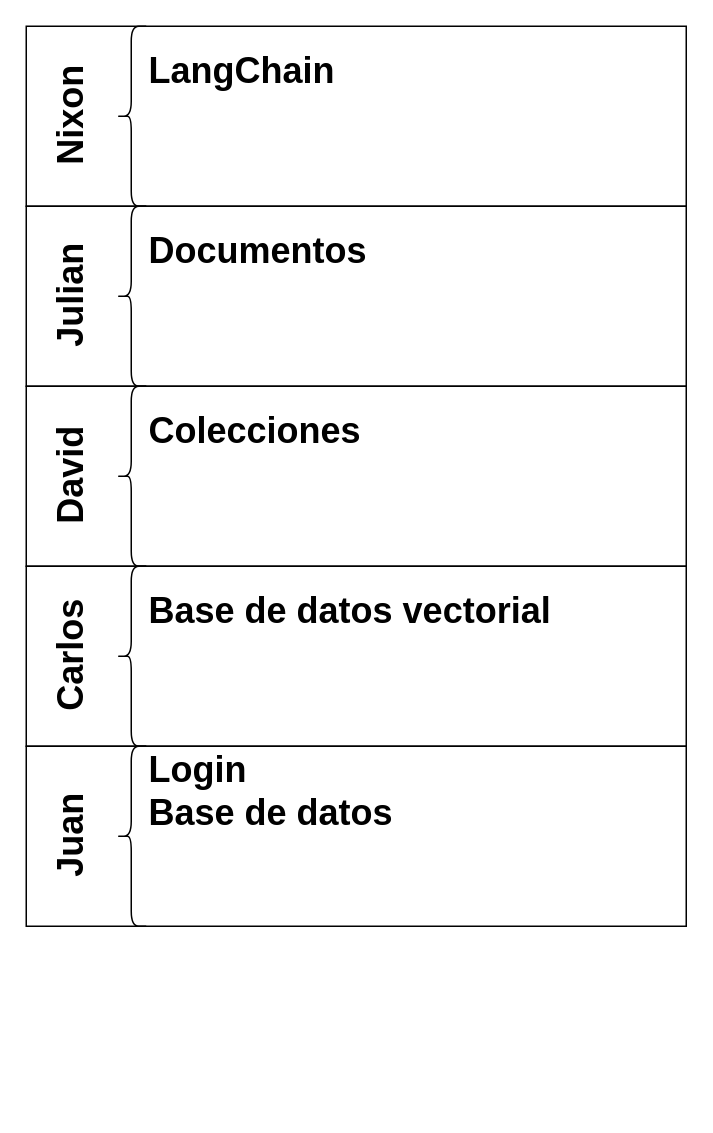
Earlier version of the draw.io diagram assets/roles.drawio (Jualoz-IA/Chatbot_Soporte). Source tidied: cells renumbered, new cells numbered last; positions are measured from the earlier drawing's top-left corner, leaving out a move shared by most shapes. Both pictures are drawn from the tidied source at 150%, with x=0, y=0 at pixel (26, 26).
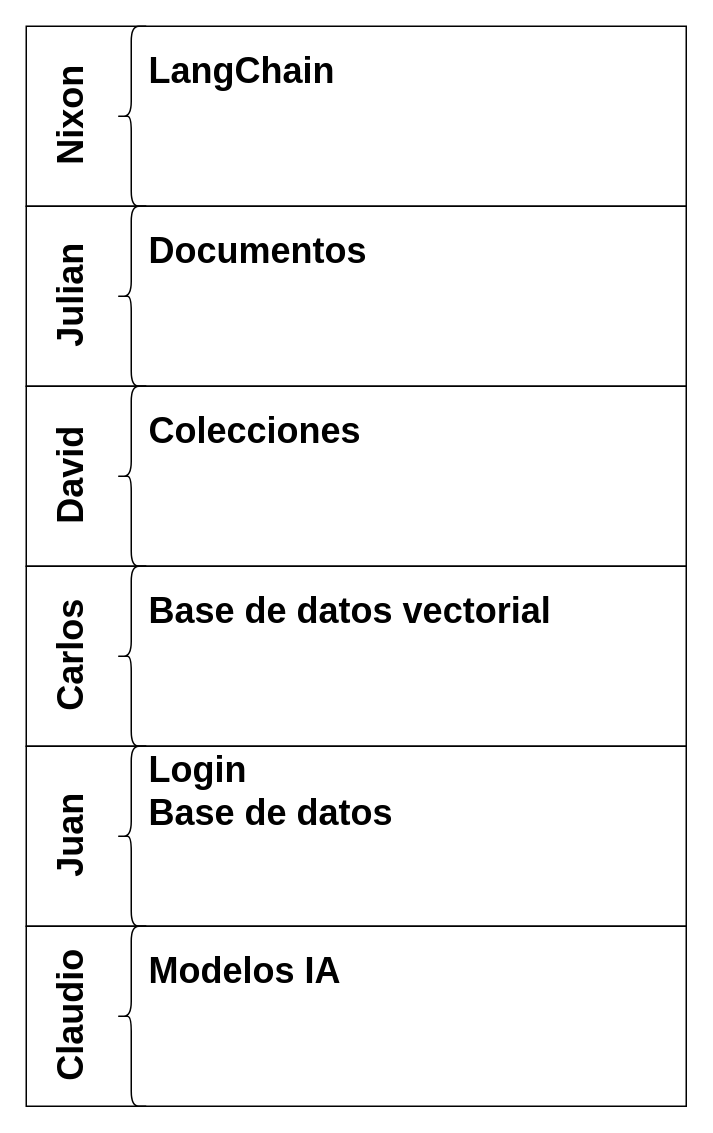
After the change.

Commit message (it also covers changes not shown here):
Funcionamiento del index

Diff of the diagram source:
```diff
@@
+    <mxCell id="22" style="rounded=0;whiteSpace=wrap;html=1;" parent="1" vertex="1">
+      <mxGeometry y="600" width="440" height="120" as="geometry" />
+    </mxCell>
+    <mxCell id="23" style="shape=curlyBracket;whiteSpace=wrap;html=1;rounded=1;labelPosition=left;verticalLabelPosition=middle;align=right;verticalAlign=middle;" parent="1" vertex="1">
+      <mxGeometry x="60" y="600" width="20" height="120" as="geometry" />
+    </mxCell>
+    <mxCell id="24" value="Claudio" style="text;strokeColor=none;fillColor=none;html=1;fontSize=24;fontStyle=1;verticalAlign=middle;align=center;horizontal=0;" parent="1" vertex="1">
+      <mxGeometry x="20" y="640" width="20" height="40" as="geometry" />
+    </mxCell>
+    <mxCell id="25" value="Modelos IA" style="text;strokeColor=none;fillColor=none;html=1;fontSize=24;fontStyle=1;verticalAlign=middle;align=left;" parent="1" vertex="1">
+      <mxGeometry x="80" y="610" width="350" height="40" as="geometry" />
+    </mxCell>
```
